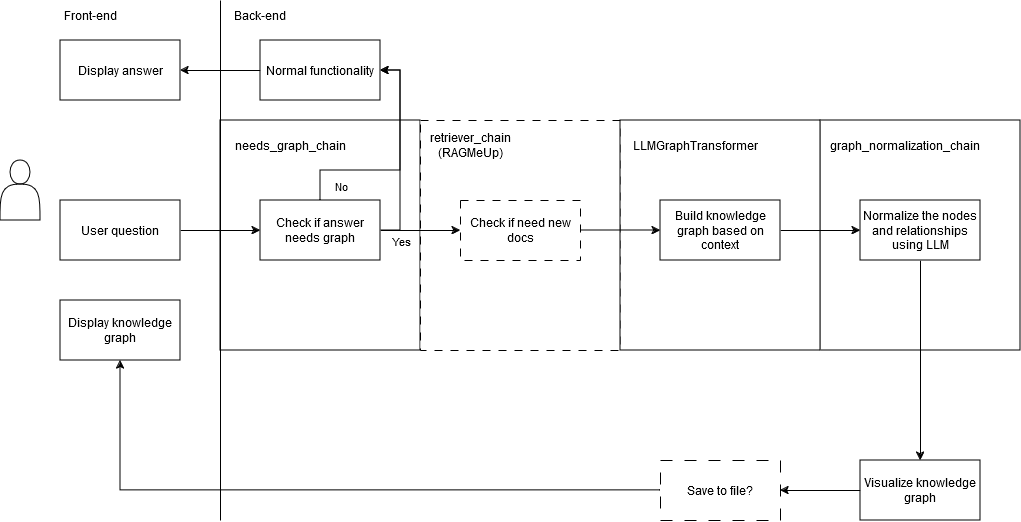
Above: graphrag_demo/GraphRAGdiagram.png in NGaast/RAGMeUp (draw.io), before the change. Source tidied: cells renumbered, new cells last; positions are measured from the earlier drawing's top-left corner, leaving out a move shared by most shapes.
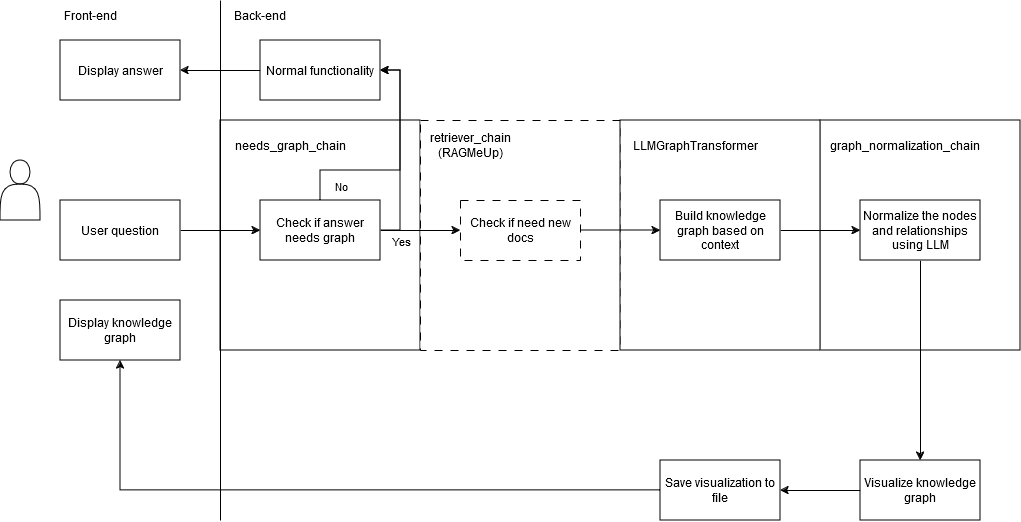
Above is the later version.

Change to the diagram source:
```diff
@@ -101,7 +101,7 @@
     <mxCell id="29" style="edgeStyle=orthogonalEdgeStyle;rounded=0;jettySize=auto;html=1;exitX=0;exitY=0.5;exitDx=0;exitDy=0;" parent="1" edge="1" source="30" target="28">
       <mxGeometry relative="1" as="geometry" />
     </mxCell>
-    <mxCell id="30" value="Save to file?" style="rounded=0;whiteSpace=wrap;html=1;dashed=1;dashPattern=12 12;" parent="1" vertex="1">
+    <mxCell id="30" value="Save visualization to file" style="rounded=0;whiteSpace=wrap;html=1;" parent="1" vertex="1">
       <mxGeometry x="660" y="460" width="120" height="60" as="geometry" />
     </mxCell>
     <mxCell id="31" value="&lt;div&gt;graph_normalization_chain&lt;/div&gt;" style="text;html=1;align=center;verticalAlign=middle;whiteSpace=wrap;rounded=0;" parent="1" vertex="1">
```
